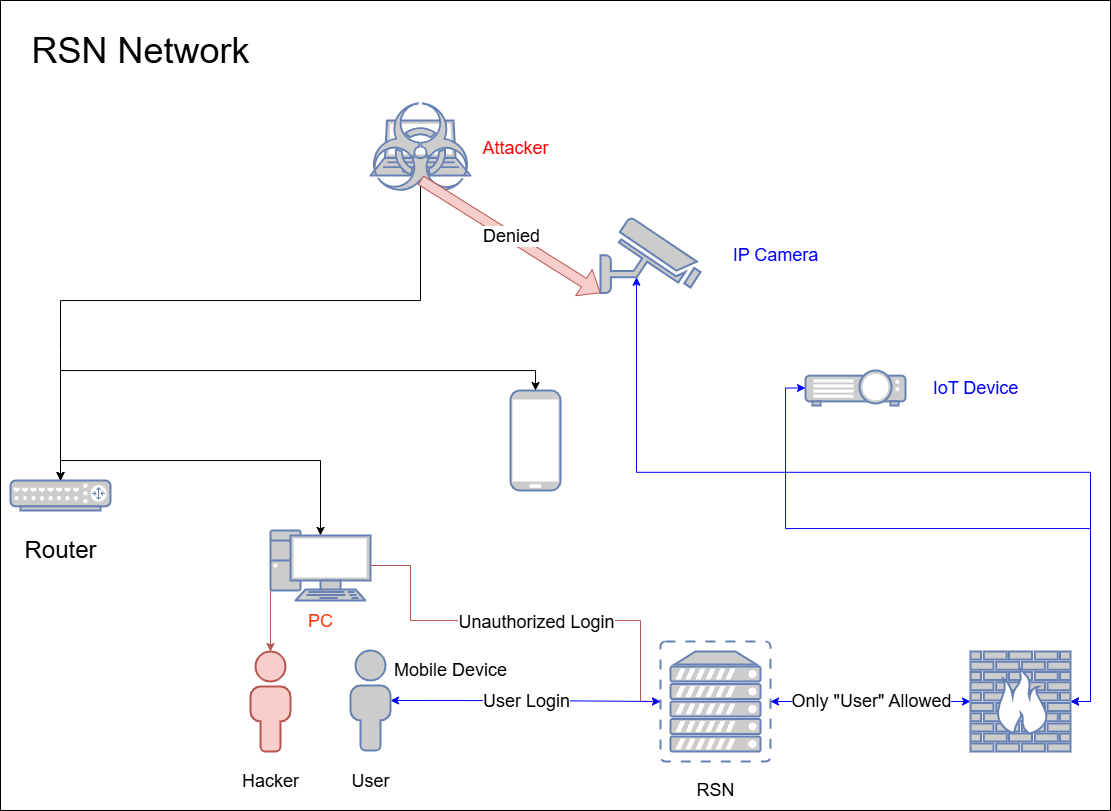
HATZ-Research/RSN keeps this draw.io diagram as RSN Structure.png. Above is the earlier version. Source tidied: cells renumbered, new cells last; positions are measured from the earlier drawing's top-left corner, leaving out a move shared by most shapes.
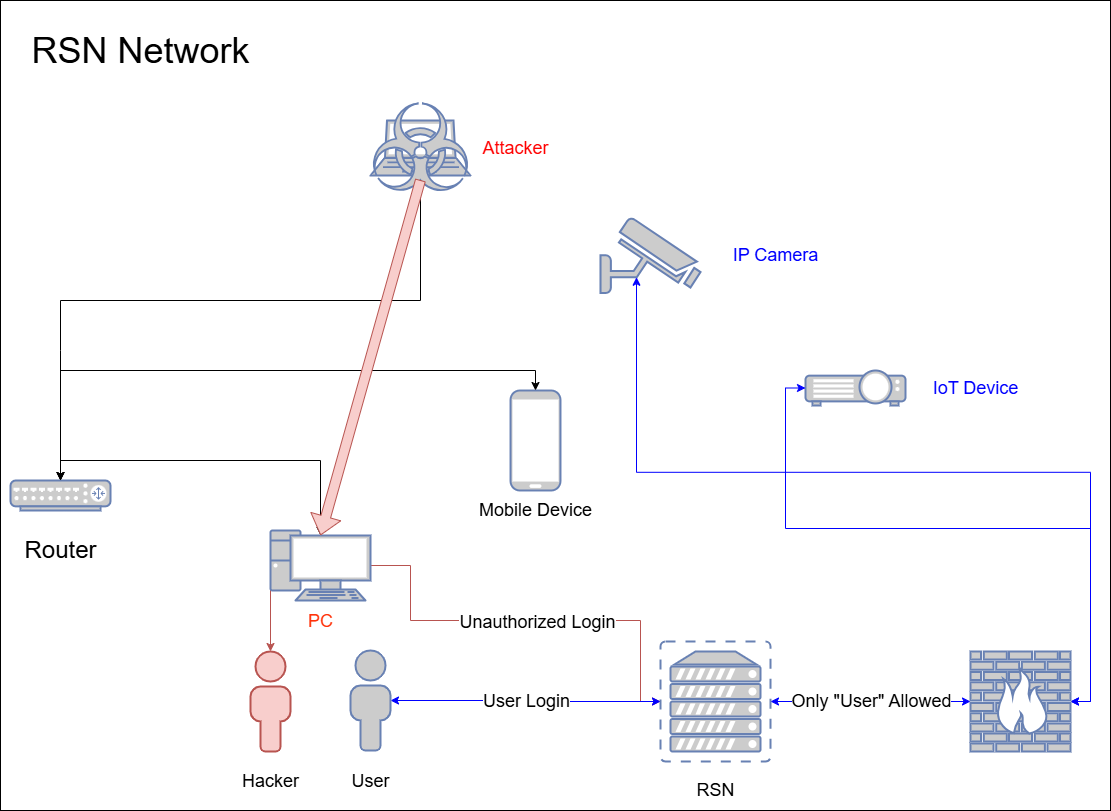
Above is the later version.

The edit, as a diff of the source:
```diff
@@ -2,7 +2,7 @@
   <root>
     <mxCell id="0" />
     <mxCell id="1" parent="0" />
-    <mxCell id="2" style="rounded=0;whiteSpace=wrap;html=1;" parent="1" vertex="1">
+    <mxCell id="2" style="rounded=0;whiteSpace=wrap;html=1;fillColor=none;" parent="1" vertex="1">
       <mxGeometry width="1110" height="810" as="geometry" />
     </mxCell>
     <mxCell id="3" style="fontColor=#0066CC;verticalAlign=top;verticalLabelPosition=bottom;labelPosition=center;align=center;html=1;outlineConnect=0;fillColor=#CCCCCC;strokeColor=#6881B3;gradientColor=none;gradientDirection=north;strokeWidth=2;shape=mxgraph.networks.router;" parent="1" vertex="1">
@@ -60,14 +60,9 @@
     <mxCell id="15" style="fontColor=#0066CC;verticalAlign=top;verticalLabelPosition=bottom;labelPosition=center;align=center;html=1;outlineConnect=0;fillColor=#CCCCCC;strokeColor=#6881B3;gradientColor=none;gradientDirection=north;strokeWidth=2;shape=mxgraph.networks.virus;" parent="1" vertex="1">
       <mxGeometry x="370" y="103" width="100" height="90" as="geometry" />
     </mxCell>
-    <mxCell id="16" style="shape=flexArrow;endArrow=classic;html=1;rounded=0;exitX=0.5;exitY=0.85;exitDx=0;exitDy=0;exitPerimeter=0;entryX=0;entryY=1;entryDx=0;entryDy=0;entryPerimeter=0;fillColor=#f8cecc;strokeColor=#b85450;" parent="1" edge="1" source="15" target="11">
+    <mxCell id="16" style="shape=flexArrow;endArrow=classic;html=1;rounded=0;exitX=0.5;exitY=0.85;exitDx=0;exitDy=0;exitPerimeter=0;entryX=0.5;entryY=0.07;entryDx=0;entryDy=0;entryPerimeter=0;fillColor=#f8cecc;strokeColor=#b85450;" parent="1" edge="1" source="15" target="7">
       <mxGeometry relative="1" as="geometry" />
     </mxCell>
-    <mxCell id="17" value="&lt;font style=&quot;font-size: 18px;&quot;&gt;Denied&lt;/font&gt;" style="edgeLabel;html=1;align=center;verticalAlign=middle;" parent="16" vertex="1">
-      <mxGeometry x="-0.16" y="-6" relative="1" as="geometry">
-        <mxPoint x="18" y="3" as="offset" />
-      </mxGeometry>
-    </mxCell>
     <mxCell id="18" style="edgeStyle=orthogonalEdgeStyle;rounded=0;jettySize=auto;html=1;entryX=0.36;entryY=0.79;entryDx=0;entryDy=0;entryPerimeter=0;startArrow=classic;startFill=1;fillColor=#f8cecc;strokeColor=#0000FF;exitX=1;exitY=0.5;exitDx=0;exitDy=0;exitPerimeter=0;" parent="1" edge="1" source="27" target="11">
       <mxGeometry relative="1" as="geometry" />
     </mxCell>
@@ -87,7 +82,7 @@
       <mxGeometry x="295" y="601" width="50" height="40" as="geometry" />
     </mxCell>
     <mxCell id="24" value="&lt;font style=&quot;font-size: 18px;&quot;&gt;Mobile Device&lt;/font&gt;" style="text;html=1;align=center;verticalAlign=middle;strokeColor=none;fillColor=none;" parent="1" vertex="1">
-      <mxGeometry x="380" y="650" width="140" height="40" as="geometry" />
+      <mxGeometry x="465" y="490" width="140" height="40" as="geometry" />
     </mxCell>
     <mxCell id="25" value="&lt;font style=&quot;font-size: 18px;&quot;&gt;Attacker&lt;/font&gt;" style="text;html=1;align=center;verticalAlign=middle;strokeColor=none;fillColor=none;fontColor=#FF0000;" parent="1" vertex="1">
       <mxGeometry x="470" y="127.5" width="90" height="40" as="geometry" />
```
